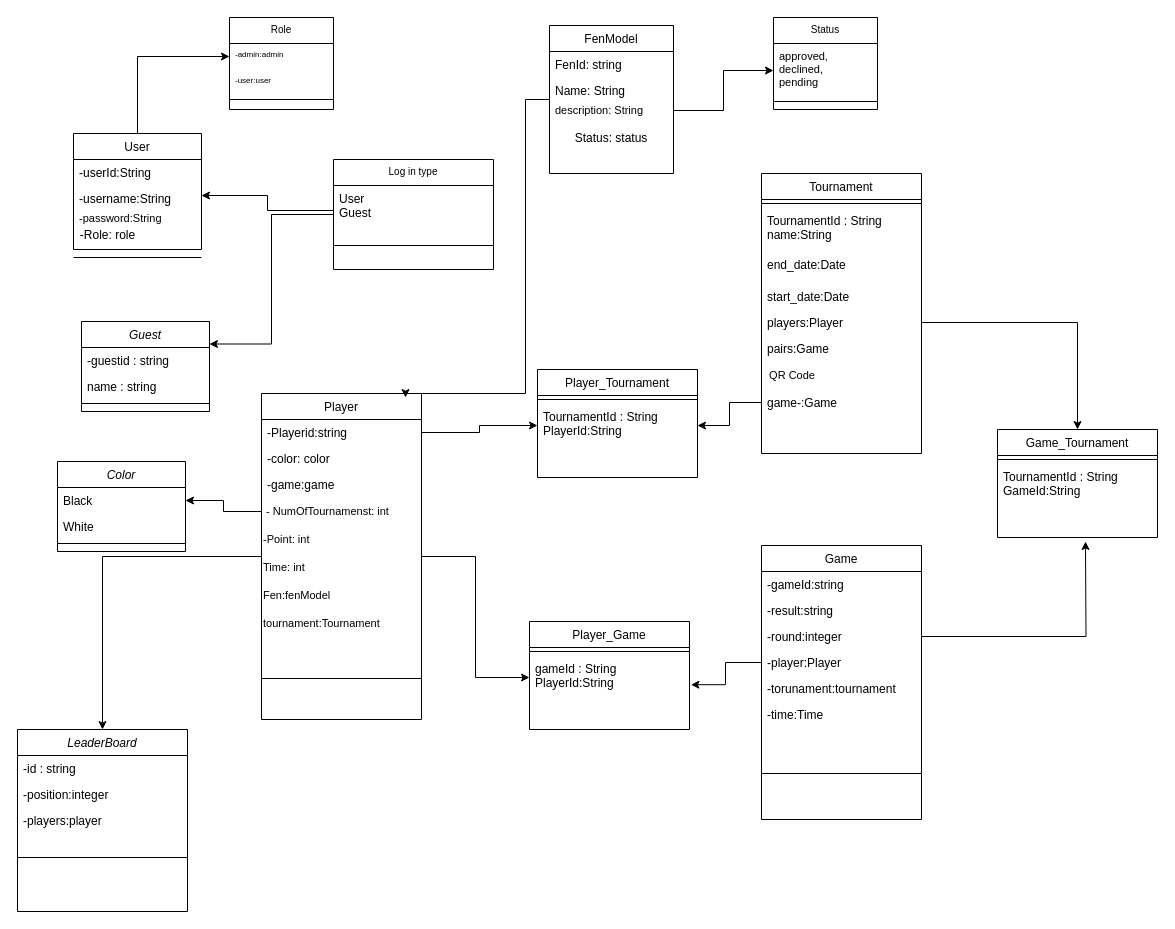
This is chess_UML.drawio from MarijaMitrikeskaa/Chess_Spring, a draw.io file, before an edit. Source tidied: cells renumbered, new cells numbered last; positions are measured from the earlier drawing's top-left corner, leaving out a move shared by most shapes. Both pictures are drawn from the tidied source at 100%, with x=0, y=0 at pixel (17, 17).
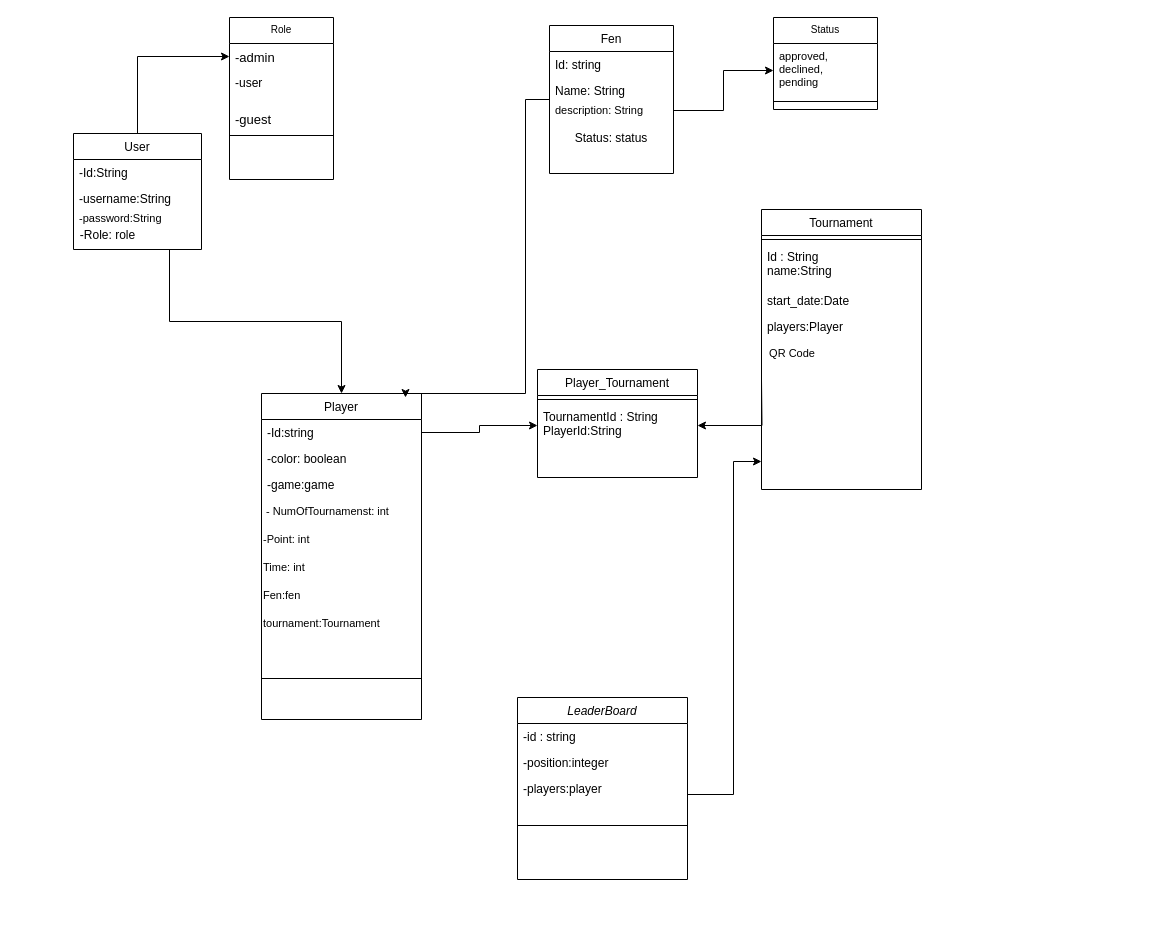
The same diagram, later.

The change refers to these unchanged cells:
```xml
<mxCell id="3" value="User" style="swimlane;fontStyle=0;align=center;verticalAlign=top;horizontal=1;startSize=26;rounded=0;shadow=0;strokeWidth=1;" parent="1" vertex="1">
  <mxGeometry x="56" y="116" width="128" height="116" as="geometry" />
</mxCell>
<mxCell id="5" value="-username:String" style="text;align=left;verticalAlign=top;spacingLeft=4;spacingRight=4;overflow=hidden;points=[[0,0.5],[1,0.5]];portConstraint=eastwest;rounded=0;shadow=0;html=0;fontSize=12;" parent="3" vertex="1">
  <mxGeometry y="52" width="128" height="20" as="geometry" />
</mxCell>
<mxCell id="17" value="Player" style="swimlane;fontStyle=0;align=center;verticalAlign=top;horizontal=1;startSize=26;rounded=0;shadow=0;strokeWidth=1;" parent="1" vertex="1">
  <mxGeometry x="244" y="376" width="160" height="326" as="geometry" />
</mxCell>
<mxCell id="21" value="&amp;nbsp;- NumOfTournamenst: int" style="text;html=1;align=left;verticalAlign=middle;points=[];strokeColor=none;fillColor=none;fontSize=11;" parent="17" vertex="1">
  <mxGeometry y="104" width="160" height="28" as="geometry" />
</mxCell>
<mxCell id="37" value="-position:integer" style="text;align=left;verticalAlign=top;spacingLeft=4;spacingRight=4;overflow=hidden;points=[[0,0.5],[1,0.5]];portConstraint=eastwest;rounded=0;shadow=0;html=0;" parent="35" vertex="1">
  <mxGeometry y="52" width="170" height="26" as="geometry" />
</mxCell>
<mxCell id="73" value="TournamentId : String&#10;PlayerId:String" style="text;align=left;verticalAlign=top;spacingLeft=4;spacingRight=4;overflow=hidden;points=[[0,0.5],[1,0.5]];portConstraint=eastwest;" parent="71" vertex="1">
  <mxGeometry y="34" width="160" height="44" as="geometry" />
</mxCell>
```

What changed in the source:
```diff
@@
-    <mxCell id="4" value="-userId:String" style="text;align=left;verticalAlign=top;spacingLeft=4;spacingRight=4;overflow=hidden;fontSize=12;" parent="3" vertex="1">
+    <mxCell id="4" value="-Id:String" style="text;align=left;verticalAlign=top;spacingLeft=4;spacingRight=4;overflow=hidden;fontSize=12;" parent="3" vertex="1">
       <mxGeometry y="26" width="128" height="26" as="geometry" />
     </mxCell>
@@
-    <mxCell id="7" style="edgeStyle=orthogonalEdgeStyle;rounded=0;jettySize=auto;html=1;entryX=1;entryY=0.25;entryDx=0;entryDy=0;" parent="1" edge="1" source="8" target="40">
-      <mxGeometry relative="1" as="geometry" />
-    </mxCell>
-    <mxCell id="8" value="Log in type" style="swimlane;fontStyle=0;align=center;verticalAlign=top;horizontal=1;startSize=26;rounded=0;shadow=0;strokeWidth=1;fontSize=10;" parent="1" vertex="1">
-      <mxGeometry x="316" y="142" width="160" height="110" as="geometry" />
-    </mxCell>
-    <mxCell id="9" value="User&#10;Guest" style="text;align=left;verticalAlign=top;spacingLeft=4;spacingRight=4;overflow=hidden;points=[[0,0.5],[1,0.5]];portConstraint=eastwest;fontSize=12;" parent="8" vertex="1">
-      <mxGeometry y="26" width="160" height="50" as="geometry" />
-    </mxCell>
-    <mxCell id="10" style="line;html=1;strokeWidth=1;align=left;verticalAlign=middle;spacingTop=-1;spacingLeft=3;spacingRight=3;labelPosition=right;" parent="8" vertex="1">
-      <mxGeometry y="76" width="160" height="20" as="geometry" />
-    </mxCell>
     <mxCell id="11" value="Role" style="swimlane;fontStyle=0;align=center;verticalAlign=top;horizontal=1;startSize=26;rounded=0;shadow=0;strokeWidth=1;fontSize=10;" parent="1" vertex="1">
-      <mxGeometry x="212" width="104" height="92" as="geometry" />
+      <mxGeometry x="212" width="104" height="162" as="geometry" />
     </mxCell>
-    <mxCell id="12" value="-admin:admin" style="text;align=left;verticalAlign=top;spacingLeft=4;spacingRight=4;overflow=hidden;points=[[0,0.5],[1,0.5]];portConstraint=eastwest;fontSize=8;" parent="11" vertex="1">
+    <mxCell id="12" value="-admin" style="text;align=left;verticalAlign=top;spacingLeft=4;spacingRight=4;overflow=hidden;points=[[0,0.5],[1,0.5]];portConstraint=eastwest;fontSize=13;" parent="11" vertex="1">
       <mxGeometry y="26" width="104" height="26" as="geometry" />
     </mxCell>
-    <mxCell id="13" value="-user:user" style="text;align=left;verticalAlign=top;spacingLeft=4;spacingRight=4;overflow=hidden;rounded=0;shadow=0;html=0;fontSize=8;" parent="11" vertex="1">
-      <mxGeometry y="52" width="104" height="26" as="geometry" />
+    <mxCell id="13" value="-user" style="text;align=left;verticalAlign=top;spacingLeft=4;spacingRight=4;overflow=hidden;rounded=0;shadow=0;html=0;fontSize=12;" parent="11" vertex="1">
+      <mxGeometry y="52" width="104" height="36" as="geometry" />
     </mxCell>
+    <mxCell id="85" value="-guest" style="text;align=left;verticalAlign=top;spacingLeft=4;spacingRight=4;overflow=hidden;fontSize=13;" parent="11" vertex="1">
+      <mxGeometry y="88" width="104" height="26" as="geometry" />
+    </mxCell>
     <mxCell id="14" style="line;html=1;strokeWidth=1;align=left;verticalAlign=middle;spacingTop=-1;spacingLeft=3;spacingRight=3;labelPosition=right;" parent="11" vertex="1">
-      <mxGeometry y="78" width="104" height="8" as="geometry" />
+      <mxGeometry y="114" width="104" height="8" as="geometry" />
     </mxCell>
-    <mxCell id="15" style="edgeStyle=orthogonalEdgeStyle;rounded=0;jettySize=auto;html=1;" parent="1" edge="1" source="17" target="35">
-      <mxGeometry relative="1" as="geometry" />
-    </mxCell>
-    <mxCell id="16" style="edgeStyle=orthogonalEdgeStyle;rounded=0;jettySize=auto;html=1;" parent="1" edge="1" source="17" target="77">
-      <mxGeometry relative="1" as="geometry" />
-    </mxCell>
@@
-    <mxCell id="18" value="-Playerid:string" style="text;align=left;verticalAlign=top;spacingLeft=4;spacingRight=4;overflow=hidden;points=[[0,0.5],[1,0.5]];portConstraint=eastwest;" parent="17" vertex="1">
+    <mxCell id="18" value="-Id:string" style="text;align=left;verticalAlign=top;spacingLeft=4;spacingRight=4;overflow=hidden;points=[[0,0.5],[1,0.5]];portConstraint=eastwest;" parent="17" vertex="1">
       <mxGeometry y="26" width="160" height="26" as="geometry" />
     </mxCell>
-    <mxCell id="19" value="-color: color" style="text;align=left;verticalAlign=top;spacingLeft=4;spacingRight=4;overflow=hidden;rounded=0;shadow=0;html=0;" parent="17" vertex="1">
+    <mxCell id="19" value="-color: boolean" style="text;align=left;verticalAlign=top;spacingLeft=4;spacingRight=4;overflow=hidden;rounded=0;shadow=0;html=0;" parent="17" vertex="1">
       <mxGeometry y="52" width="160" height="26" as="geometry" />
     </mxCell>
@@
-    <mxCell id="24" value="Fen:fenModel" style="text;html=1;align=left;verticalAlign=middle;strokeColor=none;fillColor=none;fontSize=11;" parent="17" vertex="1">
+    <mxCell id="24" value="Fen:fen" style="text;html=1;align=left;verticalAlign=middle;strokeColor=none;fillColor=none;fontSize=11;" parent="17" vertex="1">
       <mxGeometry y="188" width="160" height="28" as="geometry" />
     </mxCell>
@@
-    <mxCell id="27" value="Game" style="swimlane;fontStyle=0;align=center;verticalAlign=top;horizontal=1;startSize=26;rounded=0;shadow=0;strokeWidth=1;" parent="1" vertex="1">
-      <mxGeometry x="744" y="528" width="160" height="274" as="geometry" />
-    </mxCell>
-    <mxCell id="28" value="-gameId:string" style="text;align=left;verticalAlign=top;spacingLeft=4;spacingRight=4;overflow=hidden;" parent="27" vertex="1">
-      <mxGeometry y="26" width="160" height="26" as="geometry" />
-    </mxCell>
-    <mxCell id="29" value="-result:string" style="text;align=left;verticalAlign=top;spacingLeft=4;spacingRight=4;overflow=hidden;rounded=0;shadow=0;html=0;" parent="27" vertex="1">
-      <mxGeometry y="52" width="160" height="26" as="geometry" />
-    </mxCell>
-    <mxCell id="30" value="-round:integer" style="text;align=left;verticalAlign=top;spacingLeft=4;spacingRight=4;overflow=hidden;points=[[0,0.5],[1,0.5]];portConstraint=eastwest;rounded=0;shadow=0;html=0;" parent="27" vertex="1">
-      <mxGeometry y="78" width="160" height="26" as="geometry" />
-    </mxCell>
-    <mxCell id="31" value="-player:Player" style="text;align=left;verticalAlign=top;spacingLeft=4;spacingRight=4;overflow=hidden;points=[[0,0.5],[1,0.5]];portConstraint=eastwest;rounded=0;shadow=0;html=0;" parent="27" vertex="1">
-      <mxGeometry y="104" width="160" height="26" as="geometry" />
-    </mxCell>
-    <mxCell id="32" value="-torunament:tournament&#10;" style="text;align=left;verticalAlign=top;spacingLeft=4;spacingRight=4;overflow=hidden;rounded=0;shadow=0;html=0;" parent="27" vertex="1">
-      <mxGeometry y="130" width="160" height="26" as="geometry" />
-    </mxCell>
-    <mxCell id="33" value="-time:Time&#10;" style="text;align=left;verticalAlign=top;spacingLeft=4;spacingRight=4;overflow=hidden;rounded=0;shadow=0;html=0;" parent="27" vertex="1">
-      <mxGeometry y="156" width="160" height="26" as="geometry" />
-    </mxCell>
-    <mxCell id="34" style="line;html=1;strokeWidth=1;align=left;verticalAlign=middle;spacingTop=-1;spacingLeft=3;spacingRight=3;labelPosition=right;" parent="27" vertex="1">
-      <mxGeometry y="182" width="160" height="92" as="geometry" />
-    </mxCell>
     <mxCell id="35" value="LeaderBoard" style="swimlane;fontStyle=2;align=center;verticalAlign=top;horizontal=1;startSize=26;rounded=0;shadow=0;strokeWidth=1;" parent="1" vertex="1">
-      <mxGeometry y="712" width="170" height="182" as="geometry" />
+      <mxGeometry x="500" y="680" width="170" height="182" as="geometry" />
     </mxCell>
@@
-    <mxCell id="40" value="Guest" style="swimlane;fontStyle=2;align=center;verticalAlign=top;horizontal=1;startSize=26;rounded=0;shadow=0;strokeWidth=1;" parent="1" vertex="1">
-      <mxGeometry x="64" y="304" width="128" height="90" as="geometry" />
-    </mxCell>
-    <mxCell id="41" value="-guestid : string&#10;" style="text;align=left;verticalAlign=top;spacingLeft=4;spacingRight=4;overflow=hidden;rounded=0;shadow=0;html=0;" parent="40" vertex="1">
-      <mxGeometry y="26" width="128" height="26" as="geometry" />
-    </mxCell>
-    <mxCell id="42" value="name : string" style="text;align=left;verticalAlign=top;spacingLeft=4;spacingRight=4;overflow=hidden;" parent="40" vertex="1">
-      <mxGeometry y="52" width="128" height="26" as="geometry" />
-    </mxCell>
-    <mxCell id="43" style="line;html=1;strokeWidth=1;align=left;verticalAlign=middle;spacingTop=-1;spacingLeft=3;spacingRight=3;labelPosition=right;" parent="40" vertex="1">
-      <mxGeometry y="78" width="128" height="8" as="geometry" />
-    </mxCell>
-    <mxCell id="44" style="line;html=1;strokeWidth=1;align=left;verticalAlign=middle;spacingTop=-1;spacingLeft=3;spacingRight=3;labelPosition=right;" parent="1" vertex="1">
-      <mxGeometry x="56" y="232" width="128" height="16" as="geometry" />
-    </mxCell>
+    <mxCell id="86" style="edgeStyle=orthogonalEdgeStyle;rounded=0;jettySize=auto;html=1;fontSize=13;exitX=0.75;exitY=1;exitDx=0;exitDy=0;" parent="1" edge="1" source="3" target="17">
+      <mxGeometry relative="1" as="geometry" />
+    </mxCell>
@@
-    <mxCell id="47" value="FenModel" style="swimlane;fontStyle=0;align=center;verticalAlign=top;horizontal=1;startSize=26;rounded=0;shadow=0;strokeWidth=1;" parent="1" vertex="1">
+    <mxCell id="47" value="Fen" style="swimlane;fontStyle=0;align=center;verticalAlign=top;horizontal=1;startSize=26;rounded=0;shadow=0;strokeWidth=1;" parent="1" vertex="1">
       <mxGeometry x="532" y="8" width="124" height="148" as="geometry" />
     </mxCell>
-    <mxCell id="48" value="FenId: string" style="text;align=left;verticalAlign=top;spacingLeft=4;spacingRight=4;overflow=hidden;fontSize=12;" parent="47" vertex="1">
+    <mxCell id="48" value="Id: string" style="text;align=left;verticalAlign=top;spacingLeft=4;spacingRight=4;overflow=hidden;fontSize=12;" parent="47" vertex="1">
       <mxGeometry y="26" width="124" height="26" as="geometry" />
     </mxCell>
@@
     <mxCell id="55" value="Tournament" style="swimlane;fontStyle=0;align=center;verticalAlign=top;horizontal=1;startSize=26;rounded=0;shadow=0;strokeWidth=1;" parent="1" vertex="1">
-      <mxGeometry x="744" y="156" width="160" height="280" as="geometry" />
+      <mxGeometry x="744" y="192" width="160" height="280" as="geometry" />
     </mxCell>
@@
-    <mxCell id="57" value="TournamentId : String&#10;name:String" style="text;align=left;verticalAlign=top;spacingLeft=4;spacingRight=4;overflow=hidden;" parent="55" vertex="1">
+    <mxCell id="57" value="Id : String&#10;name:String" style="text;align=left;verticalAlign=top;spacingLeft=4;spacingRight=4;overflow=hidden;" parent="55" vertex="1">
       <mxGeometry y="34" width="160" height="44" as="geometry" />
     </mxCell>
-    <mxCell id="58" value="end_date:Date" style="text;align=left;verticalAlign=top;spacingLeft=4;spacingRight=4;overflow=hidden;" parent="55" vertex="1">
-      <mxGeometry y="78" width="160" height="32" as="geometry" />
-    </mxCell>
     <mxCell id="59" value="start_date:Date" style="text;align=left;verticalAlign=top;spacingLeft=4;spacingRight=4;overflow=hidden;" parent="55" vertex="1">
-      <mxGeometry y="110" width="160" height="26" as="geometry" />
+      <mxGeometry y="78" width="160" height="26" as="geometry" />
     </mxCell>
     <mxCell id="60" value="players:Player" style="text;align=left;verticalAlign=top;spacingLeft=4;spacingRight=4;overflow=hidden;points=[[0,0.5],[1,0.5]];portConstraint=eastwest;" parent="55" vertex="1">
-      <mxGeometry y="136" width="160" height="26" as="geometry" />
+      <mxGeometry y="104" width="160" height="26" as="geometry" />
     </mxCell>
-    <mxCell id="61" value="pairs:Game" style="text;align=left;verticalAlign=top;spacingLeft=4;spacingRight=4;overflow=hidden;" parent="55" vertex="1">
-      <mxGeometry y="162" width="160" height="26" as="geometry" />
-    </mxCell>
     <mxCell id="62" value="&amp;nbsp; QR Code" style="text;html=1;align=left;verticalAlign=middle;strokeColor=none;fillColor=none;fontSize=11;" parent="55" vertex="1">
-      <mxGeometry y="188" width="160" height="28" as="geometry" />
+      <mxGeometry y="130" width="160" height="28" as="geometry" />
     </mxCell>
-    <mxCell id="63" value="game-:Game" style="text;align=left;verticalAlign=top;spacingLeft=4;spacingRight=4;overflow=hidden;points=[[0,0.5],[1,0.5]];portConstraint=eastwest;" parent="55" vertex="1">
-      <mxGeometry y="216" width="160" height="26" as="geometry" />
-    </mxCell>
-    <mxCell id="64" value="Color" style="swimlane;fontStyle=2;align=center;verticalAlign=top;horizontal=1;startSize=26;rounded=0;shadow=0;strokeWidth=1;" parent="1" vertex="1">
-      <mxGeometry x="40" y="444" width="128" height="90" as="geometry" />
-    </mxCell>
-    <mxCell id="65" value="Black" style="text;align=left;verticalAlign=top;spacingLeft=4;spacingRight=4;overflow=hidden;points=[[0,0.5],[1,0.5]];portConstraint=eastwest;rounded=0;shadow=0;html=0;" parent="64" vertex="1">
-      <mxGeometry y="26" width="128" height="26" as="geometry" />
-    </mxCell>
-    <mxCell id="66" value="White" style="text;align=left;verticalAlign=top;spacingLeft=4;spacingRight=4;overflow=hidden;" parent="64" vertex="1">
-      <mxGeometry y="52" width="128" height="26" as="geometry" />
-    </mxCell>
-    <mxCell id="67" style="line;html=1;strokeWidth=1;align=left;verticalAlign=middle;spacingTop=-1;spacingLeft=3;spacingRight=3;labelPosition=right;" parent="64" vertex="1">
-      <mxGeometry y="78" width="128" height="8" as="geometry" />
-    </mxCell>
-    <mxCell id="68" style="edgeStyle=orthogonalEdgeStyle;rounded=0;jettySize=auto;html=1;entryX=1;entryY=0.5;entryDx=0;entryDy=0;" parent="1" edge="1" source="9" target="5">
-      <mxGeometry relative="1" as="geometry" />
-    </mxCell>
-    <mxCell id="69" style="edgeStyle=orthogonalEdgeStyle;rounded=0;jettySize=auto;html=1;entryX=1;entryY=0.5;entryDx=0;entryDy=0;" parent="1" edge="1" source="21" target="65">
-      <mxGeometry relative="1" as="geometry" />
-    </mxCell>
@@
-    <mxCell id="75" value="Player_Game&#10;" style="swimlane;fontStyle=0;align=center;verticalAlign=top;horizontal=1;startSize=26;rounded=0;shadow=0;strokeWidth=1;" parent="1" vertex="1">
-      <mxGeometry x="512" y="604" width="160" height="108" as="geometry" />
-    </mxCell>
-    <mxCell id="76" style="line;html=1;strokeWidth=1;align=left;verticalAlign=middle;spacingTop=-1;spacingLeft=3;spacingRight=3;labelPosition=right;" parent="75" vertex="1">
-      <mxGeometry y="26" width="160" height="8" as="geometry" />
-    </mxCell>
-    <mxCell id="77" value="gameId : String&#10;PlayerId:String" style="text;align=left;verticalAlign=top;spacingLeft=4;spacingRight=4;overflow=hidden;points=[[0,0.5],[1,0.5]];portConstraint=eastwest;" parent="75" vertex="1">
-      <mxGeometry y="34" width="160" height="44" as="geometry" />
-    </mxCell>
-    <mxCell id="78" style="edgeStyle=orthogonalEdgeStyle;rounded=0;jettySize=auto;html=1;entryX=1.009;entryY=0.664;entryDx=0;entryDy=0;entryPerimeter=0;" parent="1" edge="1" source="31" target="77">
-      <mxGeometry relative="1" as="geometry" />
-    </mxCell>
-    <mxCell id="79" value="Game_Tournament&#10;" style="swimlane;fontStyle=0;align=center;verticalAlign=top;horizontal=1;startSize=26;rounded=0;shadow=0;strokeWidth=1;" parent="1" vertex="1">
-      <mxGeometry x="980" y="412" width="160" height="108" as="geometry" />
-    </mxCell>
-    <mxCell id="80" style="line;html=1;strokeWidth=1;align=left;verticalAlign=middle;spacingTop=-1;spacingLeft=3;spacingRight=3;labelPosition=right;" parent="79" vertex="1">
-      <mxGeometry y="26" width="160" height="8" as="geometry" />
-    </mxCell>
-    <mxCell id="81" value="TournamentId : String&#10;GameId:String" style="text;align=left;verticalAlign=top;spacingLeft=4;spacingRight=4;overflow=hidden;" parent="79" vertex="1">
-      <mxGeometry y="34" width="160" height="44" as="geometry" />
-    </mxCell>
-    <mxCell id="82" style="edgeStyle=orthogonalEdgeStyle;rounded=0;jettySize=auto;html=1;entryX=0.5;entryY=0;entryDx=0;entryDy=0;" parent="1" edge="1" source="60" target="79">
-      <mxGeometry relative="1" as="geometry" />
-    </mxCell>
-    <mxCell id="83" style="edgeStyle=orthogonalEdgeStyle;rounded=0;jettySize=auto;html=1;" parent="1" edge="1" source="30">
-      <mxGeometry relative="1" as="geometry">
-        <mxPoint x="1068" y="524" as="targetPoint" />
-      </mxGeometry>
-    </mxCell>
-    <mxCell id="84" style="edgeStyle=orthogonalEdgeStyle;rounded=0;jettySize=auto;html=1;exitX=0;exitY=0.5;exitDx=0;exitDy=0;" parent="1" edge="1" source="63" target="73">
-      <mxGeometry relative="1" as="geometry" />
+    <mxCell id="84" style="edgeStyle=orthogonalEdgeStyle;rounded=0;jettySize=auto;html=1;exitX=0;exitY=0.5;exitDx=0;exitDy=0;" parent="1" edge="1" target="73">
+      <mxGeometry relative="1" as="geometry">
+        <mxPoint x="744" y="363" as="sourcePoint" />
+      </mxGeometry>
     </mxCell>
+    <mxCell id="87" style="edgeStyle=orthogonalEdgeStyle;rounded=0;jettySize=auto;html=1;exitX=1;exitY=0.5;exitDx=0;exitDy=0;" parent="1" edge="1" source="37">
+      <mxGeometry relative="1" as="geometry">
+        <mxPoint x="744" y="444" as="targetPoint" />
+        <Array as="points">
+          <mxPoint x="716" y="777" />
+          <mxPoint x="716" y="444" />
+        </Array>
+      </mxGeometry>
+    </mxCell>
```
